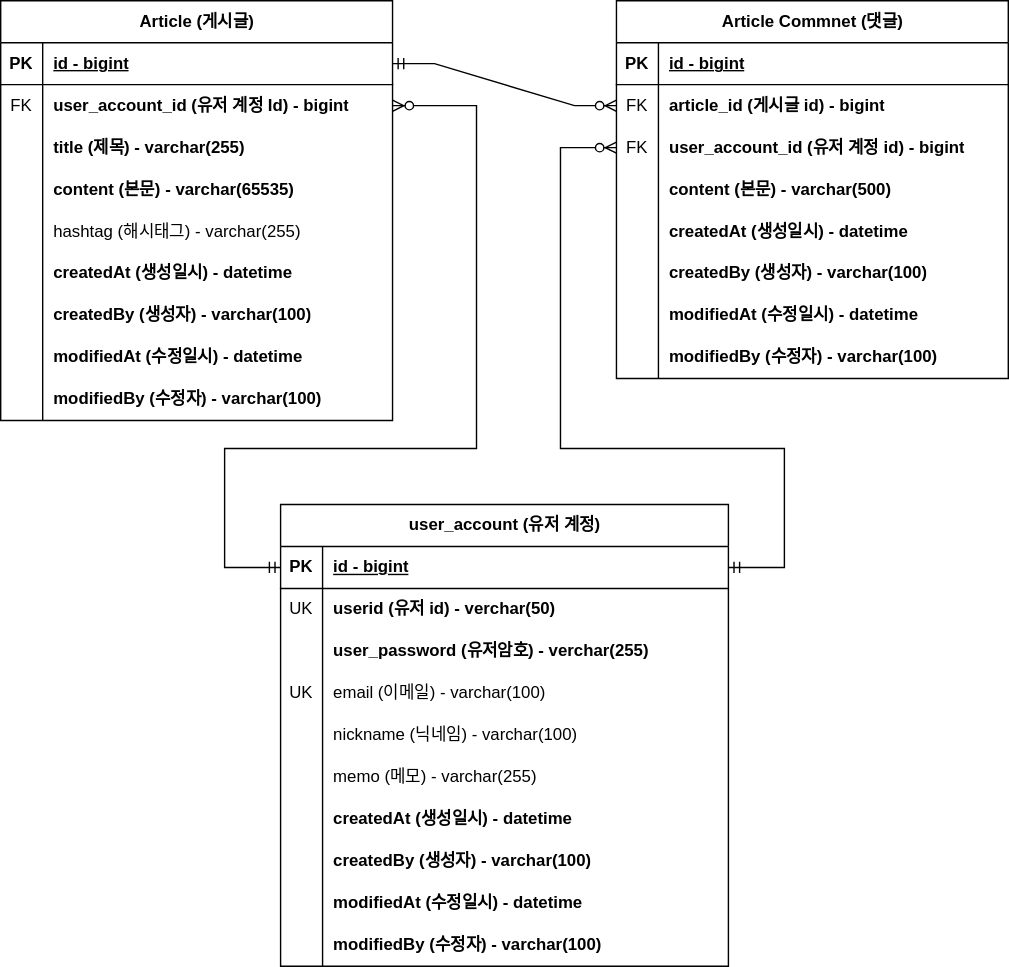
The draw.io diagram document/project-board-erd.svg in LE2HE/fastcampus-project-board, before a commit. Source tidied: cells renumbered, new cells last; positions are measured from the earlier drawing's top-left corner, leaving out a move shared by most shapes.
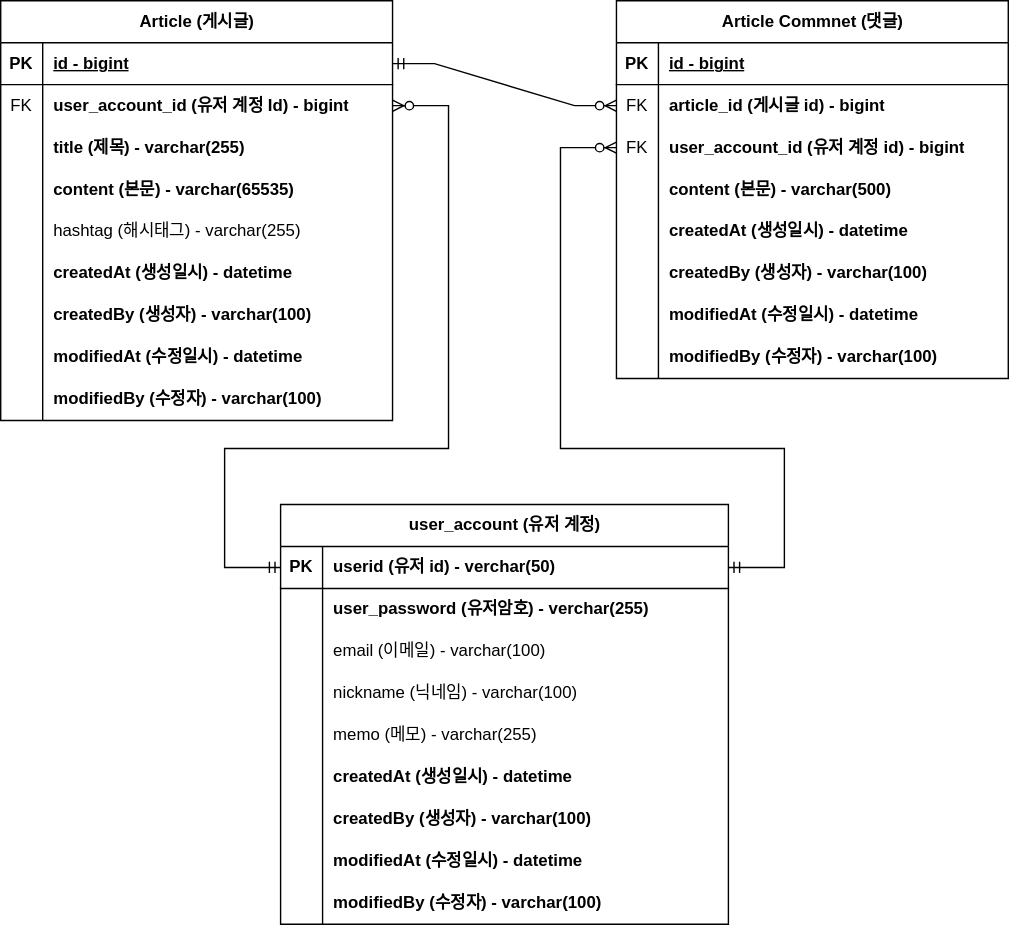
After the change.

Commit message:
Docs #39 - ERD 업데이트 : 회원 계정 user_id를 PK로 변경

What changed in the source:
```diff
@@ -165,7 +165,7 @@
       <mxGeometry relative="1" as="geometry" />
     </mxCell>
     <mxCell id="56" value="user_account (유저 계정)" style="shape=table;startSize=30;rowLines=0;fontStyle=1;align=center;html=1;" parent="1" vertex="1">
-      <mxGeometry x="200" y="360" width="320" height="330" as="geometry" />
+      <mxGeometry x="200" y="360" width="320" height="300" as="geometry" />
     </mxCell>
     <mxCell id="57" style="shape=tableRow;horizontal=0;startSize=0;swimlaneHead=0;swimlaneBody=0;fillColor=none;points=[[0,0.5],[1,0.5]];portConstraint=eastwest;top=0;left=0;right=0;bottom=1;" parent="56" vertex="1">
       <mxGeometry y="30" width="320" height="30" as="geometry" />
@@ -173,20 +173,11 @@
     <mxCell id="58" value="PK" style="shape=partialRectangle;fillColor=none;top=0;left=0;bottom=0;right=0;fontStyle=1;overflow=hidden;whiteSpace=wrap;html=1;" parent="57" vertex="1">
       <mxGeometry width="30" height="30" as="geometry" />
     </mxCell>
-    <mxCell id="59" value="id - bigint" style="shape=partialRectangle;fillColor=none;top=0;left=0;bottom=0;right=0;align=left;spacingLeft=6;fontStyle=5;overflow=hidden;whiteSpace=wrap;html=1;" parent="57" vertex="1">
+    <mxCell id="59" style="shape=partialRectangle;fillColor=none;top=0;left=0;bottom=0;right=0;align=left;spacingLeft=6;fontStyle=5;overflow=hidden;whiteSpace=wrap;html=1;" parent="57" vertex="1">
       <mxGeometry x="30" width="290" height="30" as="geometry" />
     </mxCell>
-    <mxCell id="60" style="shape=tableRow;horizontal=0;startSize=0;swimlaneHead=0;swimlaneBody=0;fillColor=none;top=0;left=0;right=0;bottom=0;" parent="56" vertex="1">
-      <mxGeometry y="60" width="320" height="30" as="geometry" />
-    </mxCell>
-    <mxCell id="61" value="UK" style="shape=partialRectangle;fillColor=none;top=0;left=0;bottom=0;right=0;overflow=hidden;whiteSpace=wrap;html=1;" parent="60" vertex="1">
-      <mxGeometry width="30" height="30" as="geometry" />
-    </mxCell>
-    <mxCell id="62" value="userid (유저 id) - verchar(50)" style="shape=partialRectangle;fillColor=none;top=0;left=0;bottom=0;right=0;align=left;spacingLeft=6;overflow=hidden;whiteSpace=wrap;html=1;fontStyle=1;" parent="60" vertex="1">
-      <mxGeometry x="30" width="290" height="30" as="geometry" />
-    </mxCell>
     <mxCell id="63" style="shape=tableRow;horizontal=0;startSize=0;swimlaneHead=0;swimlaneBody=0;fillColor=none;top=0;left=0;right=0;bottom=0;" parent="56" vertex="1">
-      <mxGeometry y="90" width="320" height="30" as="geometry" />
+      <mxGeometry y="60" width="320" height="30" as="geometry" />
     </mxCell>
     <mxCell id="64" style="shape=partialRectangle;fillColor=none;top=0;left=0;bottom=0;right=0;overflow=hidden;whiteSpace=wrap;html=1;" parent="63" vertex="1">
       <mxGeometry width="30" height="30" as="geometry" />
@@ -195,16 +186,16 @@
       <mxGeometry x="30" width="290" height="30" as="geometry" />
     </mxCell>
     <mxCell id="66" style="shape=tableRow;horizontal=0;startSize=0;swimlaneHead=0;swimlaneBody=0;fillColor=none;top=0;left=0;right=0;bottom=0;" parent="56" vertex="1">
-      <mxGeometry y="120" width="320" height="30" as="geometry" />
+      <mxGeometry y="90" width="320" height="30" as="geometry" />
     </mxCell>
-    <mxCell id="67" value="UK" style="shape=partialRectangle;fillColor=none;top=0;left=0;bottom=0;right=0;overflow=hidden;whiteSpace=wrap;html=1;" parent="66" vertex="1">
+    <mxCell id="67" style="shape=partialRectangle;fillColor=none;top=0;left=0;bottom=0;right=0;overflow=hidden;whiteSpace=wrap;html=1;" parent="66" vertex="1">
       <mxGeometry width="30" height="30" as="geometry" />
     </mxCell>
     <mxCell id="68" value="email (이메일) - varchar(100)" style="shape=partialRectangle;fillColor=none;top=0;left=0;bottom=0;right=0;align=left;spacingLeft=6;overflow=hidden;whiteSpace=wrap;html=1;" parent="66" vertex="1">
       <mxGeometry x="30" width="290" height="30" as="geometry" />
     </mxCell>
     <mxCell id="69" style="shape=tableRow;horizontal=0;startSize=0;swimlaneHead=0;swimlaneBody=0;fillColor=none;top=0;left=0;right=0;bottom=0;" parent="56" vertex="1">
-      <mxGeometry y="150" width="320" height="30" as="geometry" />
+      <mxGeometry y="120" width="320" height="30" as="geometry" />
     </mxCell>
     <mxCell id="70" style="shape=partialRectangle;fillColor=none;top=0;left=0;bottom=0;right=0;overflow=hidden;whiteSpace=wrap;html=1;" parent="69" vertex="1">
       <mxGeometry width="30" height="30" as="geometry" />
@@ -213,7 +204,7 @@
       <mxGeometry x="30" width="290" height="30" as="geometry" />
     </mxCell>
     <mxCell id="72" style="shape=tableRow;horizontal=0;startSize=0;swimlaneHead=0;swimlaneBody=0;fillColor=none;top=0;left=0;right=0;bottom=0;" parent="56" vertex="1">
-      <mxGeometry y="180" width="320" height="30" as="geometry" />
+      <mxGeometry y="150" width="320" height="30" as="geometry" />
     </mxCell>
     <mxCell id="73" style="shape=partialRectangle;fillColor=none;top=0;left=0;bottom=0;right=0;overflow=hidden;whiteSpace=wrap;html=1;" parent="72" vertex="1">
       <mxGeometry width="30" height="30" as="geometry" />
@@ -222,7 +213,7 @@
       <mxGeometry x="30" width="290" height="30" as="geometry" />
     </mxCell>
     <mxCell id="75" style="shape=tableRow;horizontal=0;startSize=0;swimlaneHead=0;swimlaneBody=0;fillColor=none;top=0;left=0;right=0;bottom=0;" parent="56" vertex="1">
-      <mxGeometry y="210" width="320" height="30" as="geometry" />
+      <mxGeometry y="180" width="320" height="30" as="geometry" />
     </mxCell>
     <mxCell id="76" style="shape=partialRectangle;fillColor=none;top=0;left=0;bottom=0;right=0;overflow=hidden;whiteSpace=wrap;html=1;" parent="75" vertex="1">
       <mxGeometry width="30" height="30" as="geometry" />
@@ -231,7 +222,7 @@
       <mxGeometry x="30" width="290" height="30" as="geometry" />
     </mxCell>
     <mxCell id="78" style="shape=tableRow;horizontal=0;startSize=0;swimlaneHead=0;swimlaneBody=0;fillColor=none;top=0;left=0;right=0;bottom=0;" parent="56" vertex="1">
-      <mxGeometry y="240" width="320" height="30" as="geometry" />
+      <mxGeometry y="210" width="320" height="30" as="geometry" />
     </mxCell>
     <mxCell id="79" style="shape=partialRectangle;fillColor=none;top=0;left=0;bottom=0;right=0;overflow=hidden;whiteSpace=wrap;html=1;" parent="78" vertex="1">
       <mxGeometry width="30" height="30" as="geometry" />
@@ -240,7 +231,7 @@
       <mxGeometry x="30" width="290" height="30" as="geometry" />
     </mxCell>
     <mxCell id="81" style="shape=tableRow;horizontal=0;startSize=0;swimlaneHead=0;swimlaneBody=0;fillColor=none;top=0;left=0;right=0;bottom=0;" parent="56" vertex="1">
-      <mxGeometry y="270" width="320" height="30" as="geometry" />
+      <mxGeometry y="240" width="320" height="30" as="geometry" />
     </mxCell>
     <mxCell id="82" style="shape=partialRectangle;fillColor=none;top=0;left=0;bottom=0;right=0;overflow=hidden;whiteSpace=wrap;html=1;" parent="81" vertex="1">
       <mxGeometry width="30" height="30" as="geometry" />
@@ -249,7 +240,7 @@
       <mxGeometry x="30" width="290" height="30" as="geometry" />
     </mxCell>
     <mxCell id="84" style="shape=tableRow;horizontal=0;startSize=0;swimlaneHead=0;swimlaneBody=0;fillColor=none;top=0;left=0;right=0;bottom=0;" parent="56" vertex="1">
-      <mxGeometry y="300" width="320" height="30" as="geometry" />
+      <mxGeometry y="270" width="320" height="30" as="geometry" />
     </mxCell>
     <mxCell id="85" style="shape=partialRectangle;fillColor=none;top=0;left=0;bottom=0;right=0;overflow=hidden;whiteSpace=wrap;html=1;" parent="84" vertex="1">
       <mxGeometry width="30" height="30" as="geometry" />
@@ -262,8 +253,8 @@
         <Array as="points">
           <mxPoint x="160" y="405" />
           <mxPoint x="160" y="320" />
-          <mxPoint x="340" y="320" />
-          <mxPoint x="340" y="75" />
+          <mxPoint x="320" y="320" />
+          <mxPoint x="320" y="75" />
         </Array>
       </mxGeometry>
     </mxCell>
@@ -277,5 +268,8 @@
         </Array>
       </mxGeometry>
     </mxCell>
+    <mxCell id="62" value="userid (유저 id) - verchar(50)" style="shape=partialRectangle;fillColor=none;top=0;left=0;bottom=0;right=0;align=left;spacingLeft=6;overflow=hidden;whiteSpace=wrap;html=1;fontStyle=1;" parent="1" vertex="1">
+      <mxGeometry x="230" y="390" width="290" height="30" as="geometry" />
+    </mxCell>
   </root>
 </mxGraphModel>
```
